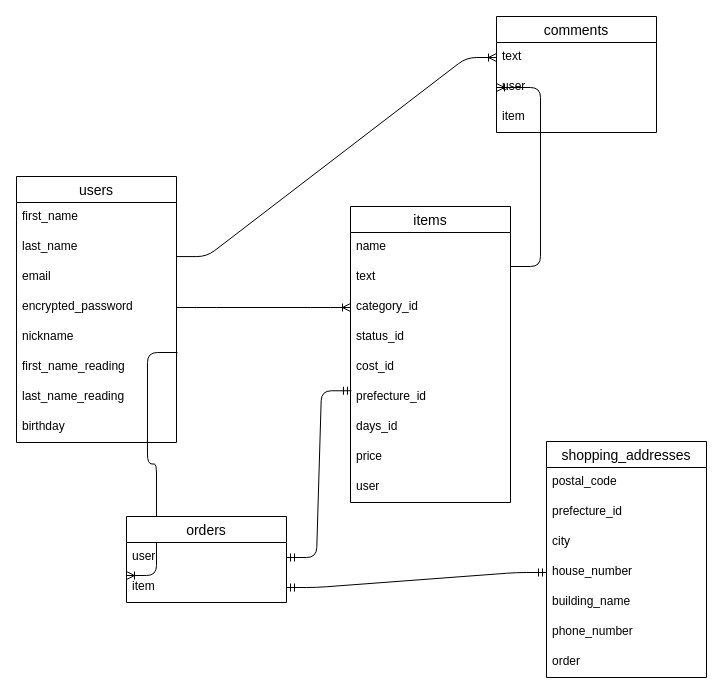
yoshi0531/furima-28195 keeps this draw.io diagram as er.dio. Above is the earlier version. Source tidied: cells renumbered, new cells numbered last; positions are measured from the earlier drawing's top-left corner, leaving out a move shared by most shapes. Both pictures are drawn from the tidied source at 100%, with x=0, y=0 at pixel (16, 16).
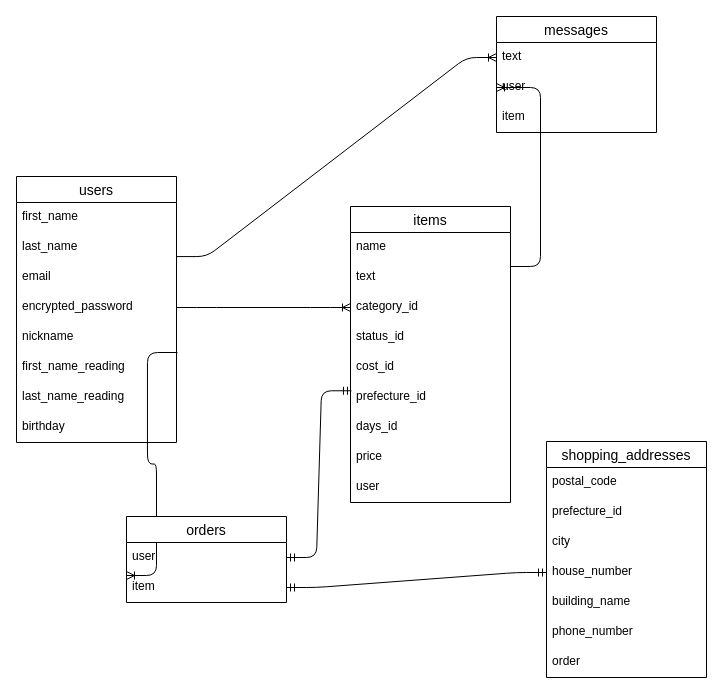
After the change.

Diff of the diagram source:
```diff
@@
-    <mxCell id="14" value="comments" style="swimlane;fontStyle=0;horizontal=1;startSize=26;align=center;fontSize=14;" parent="1" vertex="1">
+    <mxCell id="14" value="messages" style="swimlane;fontStyle=0;horizontal=1;startSize=26;align=center;fontSize=14;" parent="1" vertex="1">
       <mxGeometry x="480" width="160" height="116" as="geometry" />
     </mxCell>
```
